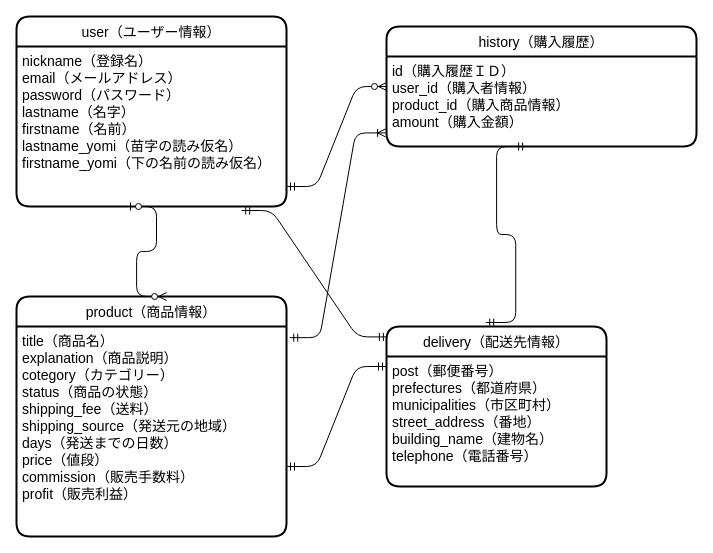
Earlier version of the draw.io diagram app/furima-41360.dio (haru-teck/furima-41360). Source tidied: cells renumbered, new cells numbered last; positions are measured from the earlier drawing's top-left corner, leaving out a move shared by most shapes. Both pictures are drawn from the tidied source at 100%, with x=0, y=0 at pixel (16, 16).
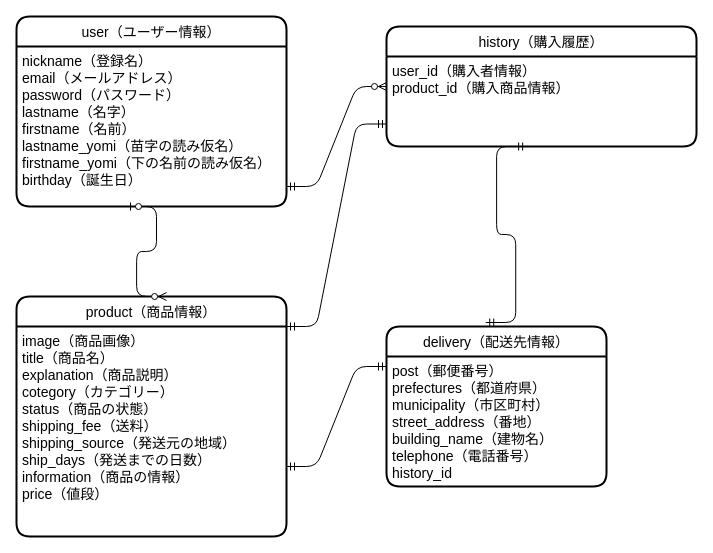
After the change.

Commit message (it also covers changes not shown here):
テーブル設計4

What changed in the source:
```diff
@@
 <mxGraphModel>
   <root>
     <mxCell id="0" />
     <mxCell id="1" parent="0" />
     <mxCell id="2" value="user（ユーザー情報）" style="swimlane;horizontal=1;startSize=30;rounded=1;fontSize=14;fontStyle=0;strokeWidth=2;shadow=0;dashed=0;align=center;" parent="1" vertex="1">
       <mxGeometry width="270" height="190" as="geometry" />
     </mxCell>
-    <mxCell id="3" value="nickname（登録名）&#10;email（メールアドレス）&#10;password（パスワード）&#10;lastname（名字）&#10;firstname（名前）&#10;lastname_yomi（苗字の読み仮名）&#10;firstname_yomi（下の名前の読み仮名）&#10;&#10;" style="align=left;strokeColor=none;fillColor=none;spacingLeft=4;fontSize=14;verticalAlign=top;" parent="2" vertex="1">
+    <mxCell id="3" value="nickname（登録名）&#10;email（メールアドレス）&#10;password（パスワード）&#10;lastname（名字）&#10;firstname（名前）&#10;lastname_yomi（苗字の読み仮名）&#10;firstname_yomi（下の名前の読み仮名）&#10;birthday（誕生日）&#10;" style="align=left;strokeColor=none;fillColor=none;spacingLeft=4;fontSize=14;verticalAlign=top;" parent="2" vertex="1">
       <mxGeometry y="30" width="270" height="160" as="geometry" />
     </mxCell>
     <mxCell id="4" value="product（商品情報）" style="swimlane;horizontal=1;startSize=30;rounded=1;fontSize=14;fontStyle=0;strokeWidth=2;shadow=0;dashed=0;align=center;" parent="1" vertex="1">
       <mxGeometry y="280" width="270" height="240" as="geometry" />
     </mxCell>
-    <mxCell id="5" value="title（商品名）&#10;explanation（商品説明）&#10;cotegory（カテゴリー）&#10;status（商品の状態）&#10;shipping_fee（送料）&#10;shipping_source（発送元の地域）&#10;days（発送までの日数）&#10;price（値段）&#10;commission（販売手数料）&#10;profit（販売利益）" style="align=left;strokeColor=none;fillColor=none;spacingLeft=4;fontSize=14;verticalAlign=top;" parent="4" vertex="1">
+    <mxCell id="5" value="image（商品画像）&#10;title（商品名）&#10;explanation（商品説明）&#10;cotegory（カテゴリー）&#10;status（商品の状態）&#10;shipping_fee（送料）&#10;shipping_source（発送元の地域）&#10;ship_days（発送までの日数）&#10;information（商品の情報）&#10;price（値段）&#10;" style="align=left;strokeColor=none;fillColor=none;spacingLeft=4;fontSize=14;verticalAlign=top;" parent="4" vertex="1">
       <mxGeometry y="30" width="270" height="210" as="geometry" />
     </mxCell>
     <mxCell id="6" style="shape=waypoint;sketch=0;size=6;fillColor=default;perimeter=centerPerimeter;fontSize=14;fontStyle=0;startSize=30;rounded=1;strokeWidth=2;shadow=0;dashed=0;" parent="4" vertex="1">
       <mxGeometry y="240" width="270" as="geometry" />
     </mxCell>
     <mxCell id="7" value="history（購入履歴）" style="swimlane;horizontal=1;startSize=30;rounded=1;fontSize=14;fontStyle=0;strokeWidth=2;shadow=0;dashed=0;align=center;" parent="1" vertex="1">
       <mxGeometry x="370" y="10" width="310" height="120" as="geometry" />
     </mxCell>
-    <mxCell id="8" value="id（購入履歴ＩＤ）&#10;user_id（購入者情報）&#10;product_id（購入商品情報）&#10;amount（購入金額）" style="align=left;strokeColor=none;fillColor=none;spacingLeft=4;fontSize=14;verticalAlign=top;" parent="7" vertex="1">
+    <mxCell id="8" value="user_id（購入者情報）&#10;product_id（購入商品情報）&#10;" style="align=left;strokeColor=none;fillColor=none;spacingLeft=4;fontSize=14;verticalAlign=top;" parent="7" vertex="1">
       <mxGeometry y="30" width="310" height="90" as="geometry" />
     </mxCell>
     <mxCell id="9" value="delivery（配送先情報）" style="swimlane;horizontal=1;startSize=30;rounded=1;fontSize=14;fontStyle=0;strokeWidth=2;shadow=0;dashed=0;align=center;" parent="1" vertex="1">
       <mxGeometry x="370" y="310" width="220" height="160" as="geometry" />
     </mxCell>
-    <mxCell id="10" value="post（郵便番号）&#10;prefectures（都道府県）&#10;municipalities（市区町村）&#10;street_address（番地）&#10;building_name（建物名）&#10;telephone（電話番号）" style="align=left;strokeColor=none;fillColor=none;spacingLeft=4;fontSize=14;verticalAlign=top;" parent="9" vertex="1">
+    <mxCell id="10" value="post（郵便番号）&#10;prefectures（都道府県）&#10;municipality（市区町村）&#10;street_address（番地）&#10;building_name（建物名）&#10;telephone（電話番号）&#10;history_id" style="align=left;strokeColor=none;fillColor=none;spacingLeft=4;fontSize=14;verticalAlign=top;" parent="9" vertex="1">
       <mxGeometry y="30" width="220" height="130" as="geometry" />
     </mxCell>
     <mxCell id="11" style="edgeStyle=entityRelationEdgeStyle;fontSize=12;html=1;endArrow=ERzeroToMany;startArrow=ERzeroToOne;entryX=0.556;entryY=0;entryDx=0;entryDy=0;entryPerimeter=0;" parent="1" edge="1" target="4">
       <mxGeometry relative="1" as="geometry">
         <mxPoint x="110" y="190" as="sourcePoint" />
       </mxGeometry>
     </mxCell>
     <mxCell id="12" style="edgeStyle=entityRelationEdgeStyle;fontSize=12;html=1;endArrow=ERmandOne;startArrow=ERmandOne;" parent="1" edge="1">
       <mxGeometry relative="1" as="geometry">
         <mxPoint x="270" y="450" as="sourcePoint" />
         <mxPoint x="370" y="350" as="targetPoint" />
       </mxGeometry>
     </mxCell>
     <mxCell id="13" style="edgeStyle=entityRelationEdgeStyle;fontSize=12;html=1;endArrow=ERzeroToMany;startArrow=ERmandOne;" parent="1" edge="1">
       <mxGeometry relative="1" as="geometry">
         <mxPoint x="270" y="170" as="sourcePoint" />
         <mxPoint x="370" y="70" as="targetPoint" />
       </mxGeometry>
     </mxCell>
     <mxCell id="14" style="edgeStyle=entityRelationEdgeStyle;fontSize=12;html=1;endArrow=ERmandOne;startArrow=ERmandOne;exitX=0.451;exitY=-0.025;exitDx=0;exitDy=0;exitPerimeter=0;entryX=0.452;entryY=1;entryDx=0;entryDy=0;entryPerimeter=0;" parent="1" edge="1" source="9" target="8">
       <mxGeometry relative="1" as="geometry" />
     </mxCell>
-    <mxCell id="15" style="edgeStyle=entityRelationEdgeStyle;fontSize=12;html=1;endArrow=ERmandOne;startArrow=ERmandOne;exitX=0.834;exitY=1.025;exitDx=0;exitDy=0;exitPerimeter=0;entryX=0.004;entryY=0.065;entryDx=0;entryDy=0;entryPerimeter=0;" parent="1" edge="1" source="3" target="9">
-      <mxGeometry relative="1" as="geometry" />
-    </mxCell>
-    <mxCell id="16" style="edgeStyle=entityRelationEdgeStyle;fontSize=12;html=1;endArrow=ERoneToMany;startArrow=ERmandOne;exitX=1.012;exitY=0.053;exitDx=0;exitDy=0;exitPerimeter=0;entryX=-0.003;entryY=0.849;entryDx=0;entryDy=0;entryPerimeter=0;" parent="1" edge="1" source="5" target="8">
-      <mxGeometry relative="1" as="geometry" />
-    </mxCell>
+    <mxCell id="17" style="edgeStyle=entityRelationEdgeStyle;fontSize=12;html=1;endArrow=ERmandOne;startArrow=ERmandOne;entryX=0;entryY=0.75;entryDx=0;entryDy=0;" parent="1" edge="1" target="8">
+      <mxGeometry relative="1" as="geometry">
+        <mxPoint x="270" y="310" as="sourcePoint" />
+      </mxGeometry>
+    </mxCell>
   </root>
 </mxGraphModel>
```
